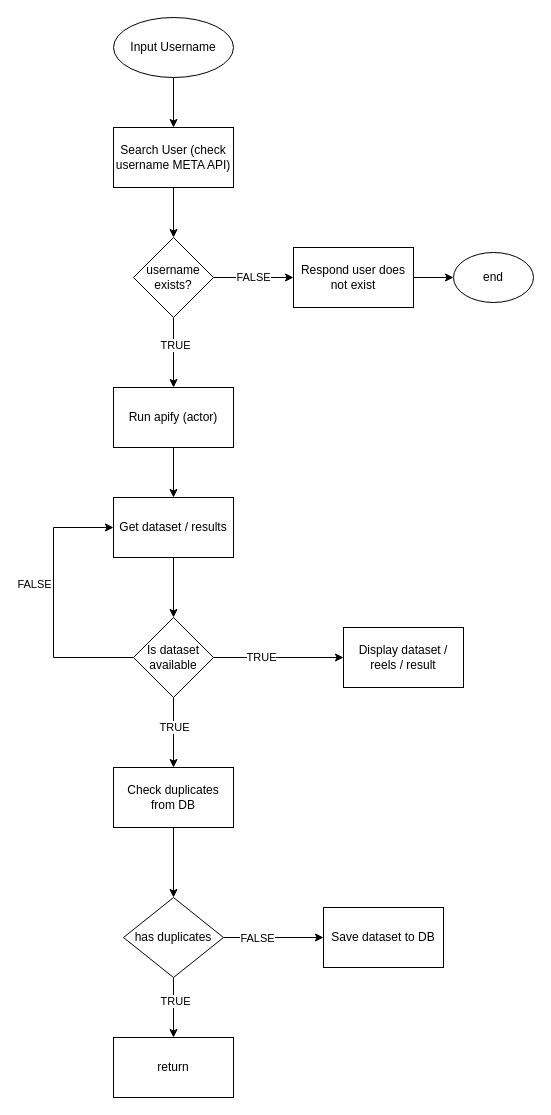
Before: viralFinder.drawio in jayditch121998/TrendTracer, a draw.io diagram. Source tidied: cells renumbered, new cells numbered last; positions are measured from the earlier drawing's top-left corner, leaving out a move shared by most shapes. Both pictures are drawn from the tidied source at 100%, with x=0, y=0 at pixel (53, 17).
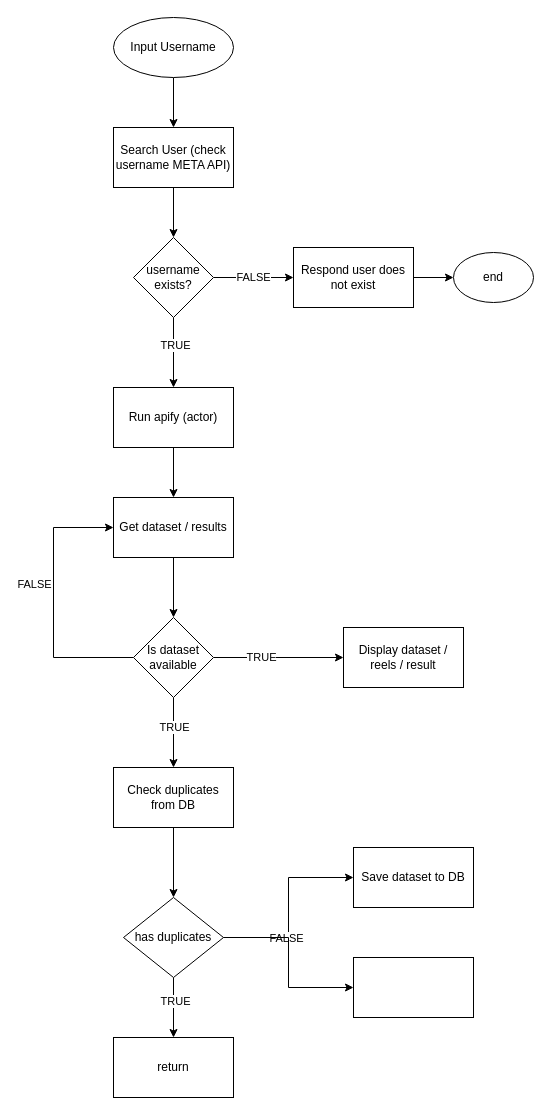
After the change.

Unchanged cells that the change refers to:
```xml
<mxCell id="31" value="has duplicates" style="rhombus;whiteSpace=wrap;html=1;" parent="1" vertex="1">
  <mxGeometry x="70" y="880" width="100" height="80" as="geometry" />
</mxCell>
```

Diff of the diagram source:
```diff
@@
+    <mxCell id="34" style="edgeStyle=orthogonalEdgeStyle;rounded=0;jettySize=auto;html=1;" parent="1" edge="1" source="31" target="35">
+      <mxGeometry relative="1" as="geometry" />
+    </mxCell>
@@
     <mxCell id="33" value="Save dataset to DB" style="whiteSpace=wrap;html=1;" parent="1" vertex="1">
-      <mxGeometry x="270" y="890" width="120" height="60" as="geometry" />
+      <mxGeometry x="300" y="830" width="120" height="60" as="geometry" />
     </mxCell>
+    <mxCell id="35" style="whiteSpace=wrap;html=1;" parent="1" vertex="1">
+      <mxGeometry x="300" y="940" width="120" height="60" as="geometry" />
+    </mxCell>
```
